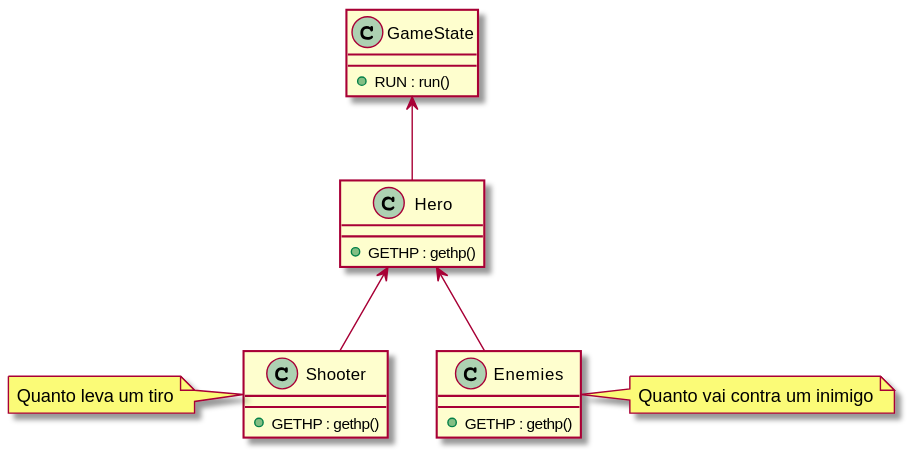
This is docs/images/patterns/ObserverPattern.svg from RuiSoares333/FEUP-LDTS-Project, a PlantUML export, as it was before one commit. Source of this version:
```plantuml
@startuml



class GameState{
+ RUN : run()
}

GameState <-- Hero

class Hero{
+ GETHP : gethp()
}

Hero <-- Shooter
Hero <-- Enemies

class Shooter{
+ GETHP : gethp()
}

note left of Shooter: Quanto leva um tiro

class Enemies{
+ GETHP : gethp()
}

note right of Enemies: Quanto vai contra um inimigo

@enduml
```
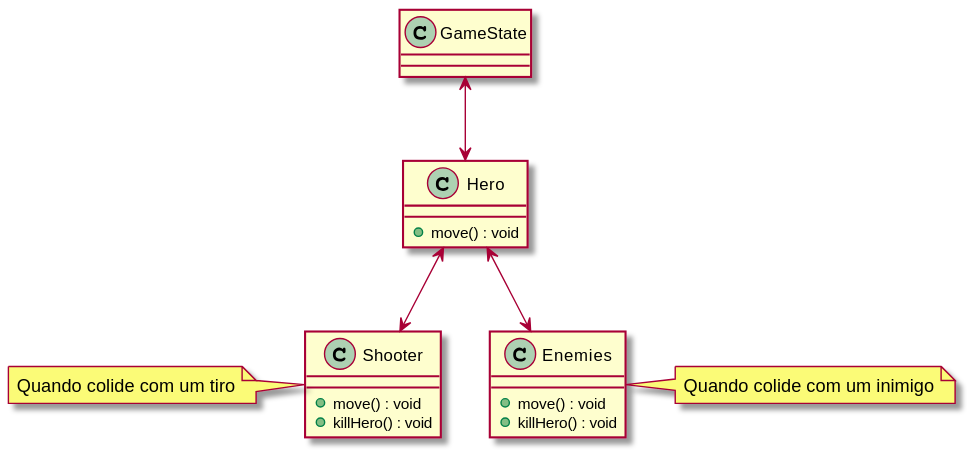
After the change.

The edit, as a diff of the source:
```diff
@@ -3,28 +3,28 @@
 
 
 class GameState{
-+ RUN : run()
 }
 
-GameState <-- Hero
 
 class Hero{
-+ GETHP : gethp()
++ move() : void
 }
 
-Hero <-- Shooter
-Hero <-- Enemies
-
 class Shooter{
-+ GETHP : gethp()
++ move() : void
++ killHero() : void
 }
 
-note left of Shooter: Quanto leva um tiro
-
 class Enemies{
-+ GETHP : gethp()
++ move() : void
++ killHero() : void
 }
 
-note right of Enemies: Quanto vai contra um inimigo
+note left of Shooter: Quando colide com um tiro
+note right of Enemies: Quando colide com um inimigo
 
+GameState <--> Hero
+
+Hero <--> Shooter
+Hero <--> Enemies
 @enduml
```
